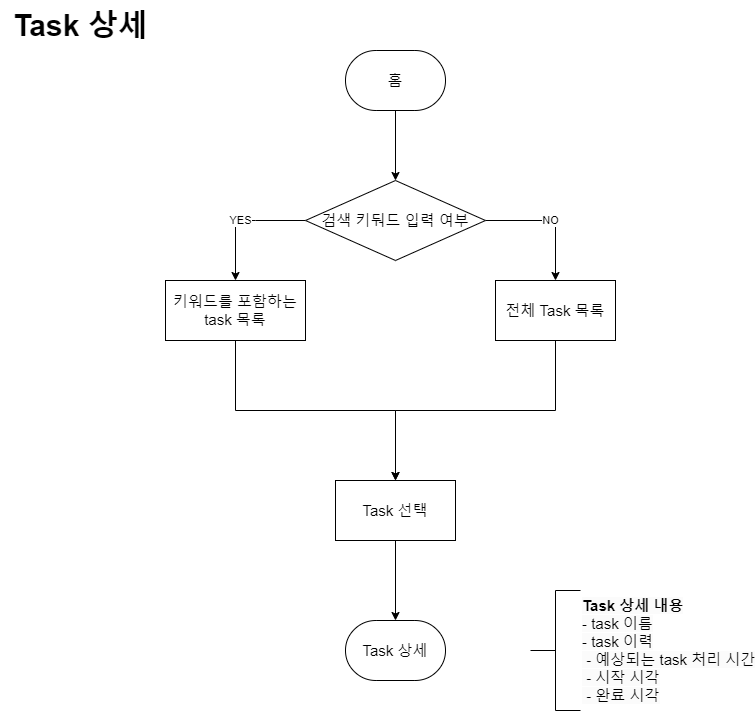
The draw.io diagram timetodo-flowchart/task details.png in MEOHIN/todo-pe, before a commit. Source tidied: cells renumbered, new cells last; positions are measured from the earlier drawing's top-left corner, leaving out a move shared by most shapes.
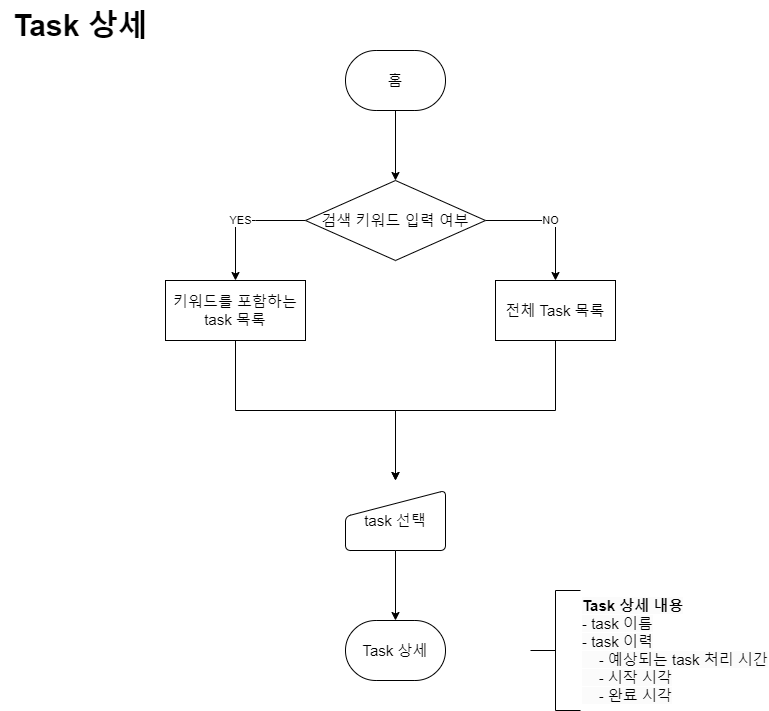
Above is the later version.

Change to the diagram source:
```diff
@@ -22,32 +22,38 @@
     <mxCell id="6" value="NO" style="edgeStyle=orthogonalEdgeStyle;rounded=0;jettySize=auto;html=1;" parent="1" edge="1" source="7" target="11">
       <mxGeometry relative="1" as="geometry" />
     </mxCell>
-    <mxCell id="7" value="검색 키둬드 입력 여부" style="rhombus;whiteSpace=wrap;html=1;fontSize=15;strokeWidth=1;" parent="1" vertex="1">
+    <mxCell id="7" value="검색 키워드 입력 여부" style="rhombus;whiteSpace=wrap;html=1;fontSize=15;strokeWidth=1;" parent="1" vertex="1">
       <mxGeometry x="305" y="180" width="180" height="80" as="geometry" />
     </mxCell>
-    <mxCell id="8" style="edgeStyle=orthogonalEdgeStyle;rounded=0;jettySize=auto;html=1;exitX=0.5;exitY=1;exitDx=0;exitDy=0;" parent="1" edge="1" source="9" target="13">
-      <mxGeometry relative="1" as="geometry" />
+    <mxCell id="8" style="edgeStyle=orthogonalEdgeStyle;rounded=0;jettySize=auto;html=1;exitX=0.5;exitY=1;exitDx=0;exitDy=0;" parent="1" edge="1" source="9">
+      <mxGeometry relative="1" as="geometry">
+        <mxPoint x="395" y="480" as="targetPoint" />
+      </mxGeometry>
     </mxCell>
     <mxCell id="9" value="키워드를 포함하는 task 목록" style="whiteSpace=wrap;html=1;fontSize=15;strokeWidth=1;" parent="1" vertex="1">
       <mxGeometry x="165" y="280" width="140" height="60" as="geometry" />
     </mxCell>
-    <mxCell id="10" style="edgeStyle=orthogonalEdgeStyle;rounded=0;jettySize=auto;html=1;entryX=0.5;entryY=0;entryDx=0;entryDy=0;exitX=0.5;exitY=1;exitDx=0;exitDy=0;" parent="1" edge="1" source="11" target="13">
-      <mxGeometry relative="1" as="geometry" />
+    <mxCell id="10" style="edgeStyle=orthogonalEdgeStyle;rounded=0;jettySize=auto;html=1;entryX=0.5;entryY=0;entryDx=0;entryDy=0;exitX=0.5;exitY=1;exitDx=0;exitDy=0;" parent="1" edge="1" source="11">
+      <mxGeometry relative="1" as="geometry">
+        <mxPoint x="395" y="480" as="targetPoint" />
+      </mxGeometry>
     </mxCell>
     <mxCell id="11" value="전체 Task 목록" style="whiteSpace=wrap;html=1;fontSize=15;strokeWidth=1;" parent="1" vertex="1">
       <mxGeometry x="495" y="280" width="120" height="60" as="geometry" />
     </mxCell>
-    <mxCell id="12" style="edgeStyle=orthogonalEdgeStyle;rounded=0;jettySize=auto;html=1;" parent="1" edge="1" source="13" target="14">
-      <mxGeometry relative="1" as="geometry" />
+    <mxCell id="12" style="edgeStyle=orthogonalEdgeStyle;rounded=0;jettySize=auto;html=1;" parent="1" edge="1" target="14">
+      <mxGeometry relative="1" as="geometry">
+        <mxPoint x="395" y="540" as="sourcePoint" />
+      </mxGeometry>
     </mxCell>
-    <mxCell id="13" value="Task 선택" style="whiteSpace=wrap;html=1;fontSize=15;strokeWidth=1;" parent="1" vertex="1">
-      <mxGeometry x="335" y="480" width="120" height="60" as="geometry" />
-    </mxCell>
     <mxCell id="14" value="Task 상세" style="strokeWidth=1;html=1;shape=mxgraph.flowchart.terminator;whiteSpace=wrap;fontSize=15;" parent="1" vertex="1">
       <mxGeometry x="345" y="620" width="100" height="60" as="geometry" />
     </mxCell>
-    <mxCell id="15" value="&lt;span style=&quot;color: rgb(0, 0, 0); font-family: Helvetica; font-size: 15px; font-style: normal; font-variant-ligatures: normal; font-variant-caps: normal; letter-spacing: normal; orphans: 2; text-align: center; text-indent: 0px; text-transform: none; widows: 2; word-spacing: 0px; -webkit-text-stroke-width: 0px; background-color: rgb(251, 251, 251); text-decoration-thickness: initial; text-decoration-style: initial; text-decoration-color: initial; float: none; display: inline !important;&quot;&gt;&lt;b&gt;Task 상세 내용&lt;br&gt;&lt;/b&gt;- task 이름&lt;/span&gt;&lt;br style=&quot;border-color: var(--border-color); color: rgb(0, 0, 0); font-family: Helvetica; font-size: 15px; font-style: normal; font-variant-ligatures: normal; font-variant-caps: normal; font-weight: 400; letter-spacing: normal; orphans: 2; text-align: center; text-indent: 0px; text-transform: none; widows: 2; word-spacing: 0px; -webkit-text-stroke-width: 0px; background-color: rgb(251, 251, 251); text-decoration-thickness: initial; text-decoration-style: initial; text-decoration-color: initial;&quot;&gt;&lt;font style=&quot;border-color: var(--border-color); color: rgb(0, 0, 0); font-family: Helvetica; font-size: 15px; font-style: normal; font-variant-ligatures: normal; font-variant-caps: normal; font-weight: 400; letter-spacing: normal; orphans: 2; text-align: center; text-indent: 0px; text-transform: none; widows: 2; word-spacing: 0px; -webkit-text-stroke-width: 0px; background-color: rgb(251, 251, 251); text-decoration-thickness: initial; text-decoration-style: initial; text-decoration-color: initial;&quot;&gt;- task 이력&lt;br style=&quot;border-color: var(--border-color); font-size: 15px;&quot;&gt;&lt;span style=&quot;white-space: pre;&quot;&gt; &lt;/span&gt;- 예상되는 task 처리 시간&lt;br&gt;&lt;span style=&quot;white-space: pre;&quot;&gt; &lt;/span&gt;- 시작 시각&lt;br&gt;&lt;span style=&quot;white-space: pre;&quot;&gt; &lt;/span&gt;- 완료 시각&lt;br&gt;&lt;/font&gt;" style="strokeWidth=1;html=1;shape=mxgraph.flowchart.annotation_2;align=left;labelPosition=right;fontSize=15;" parent="1" vertex="1">
+    <mxCell id="15" value="&lt;span style=&quot;color: rgb(0, 0, 0); font-family: Helvetica; font-size: 15px; font-style: normal; font-variant-ligatures: normal; font-variant-caps: normal; letter-spacing: normal; orphans: 2; text-align: center; text-indent: 0px; text-transform: none; widows: 2; word-spacing: 0px; -webkit-text-stroke-width: 0px; background-color: rgb(251, 251, 251); text-decoration-thickness: initial; text-decoration-style: initial; text-decoration-color: initial; float: none; display: inline !important;&quot;&gt;&lt;b&gt;Task 상세 내용&lt;br&gt;&lt;/b&gt;- task 이름&lt;/span&gt;&lt;br style=&quot;border-color: var(--border-color); color: rgb(0, 0, 0); font-family: Helvetica; font-size: 15px; font-style: normal; font-variant-ligatures: normal; font-variant-caps: normal; font-weight: 400; letter-spacing: normal; orphans: 2; text-align: center; text-indent: 0px; text-transform: none; widows: 2; word-spacing: 0px; -webkit-text-stroke-width: 0px; background-color: rgb(251, 251, 251); text-decoration-thickness: initial; text-decoration-style: initial; text-decoration-color: initial;&quot;&gt;&lt;font style=&quot;border-color: var(--border-color); color: rgb(0, 0, 0); font-family: Helvetica; font-size: 15px; font-style: normal; font-variant-ligatures: normal; font-variant-caps: normal; font-weight: 400; letter-spacing: normal; orphans: 2; text-align: center; text-indent: 0px; text-transform: none; widows: 2; word-spacing: 0px; -webkit-text-stroke-width: 0px; background-color: rgb(251, 251, 251); text-decoration-thickness: initial; text-decoration-style: initial; text-decoration-color: initial;&quot;&gt;- task 이력&lt;br style=&quot;border-color: var(--border-color); font-size: 15px;&quot;&gt;&lt;span style=&quot;white-space: pre;&quot;&gt;    &lt;/span&gt;- 예상되는 task 처리 시간&lt;br&gt;&lt;span style=&quot;white-space: pre;&quot;&gt;    &lt;/span&gt;- 시작 시각&lt;br&gt;&lt;span style=&quot;white-space: pre;&quot;&gt;    &lt;/span&gt;- 완료 시각&lt;br&gt;&lt;/font&gt;" style="strokeWidth=1;html=1;shape=mxgraph.flowchart.annotation_2;align=left;labelPosition=right;fontSize=15;" parent="1" vertex="1">
       <mxGeometry x="530" y="590" width="50" height="120" as="geometry" />
     </mxCell>
+    <mxCell id="16" value="task 선택" style="html=1;strokeWidth=1;shape=manualInput;whiteSpace=wrap;rounded=1;size=26;arcSize=11;fontSize=15;" parent="1" vertex="1">
+      <mxGeometry x="345" y="490" width="100" height="60" as="geometry" />
+    </mxCell>
   </root>
 </mxGraphModel>
```
